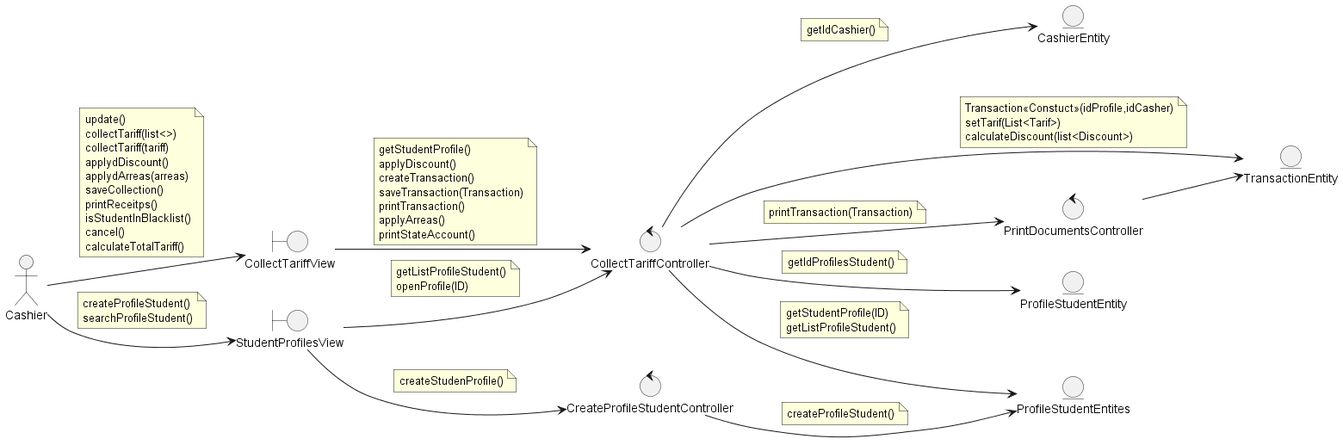
The PlantUML diagram out/DesignView/AnalysisView/UseCaseAnalysis/CU03.CollectTariffs/Collaboration.CU03.Analysis.png in wsmcbl/wsmcbl.doc, before a commit. The source it was exported from:
```plantuml
@startuml
left to right direction

actor Cashier

boundary CollectTariffView
boundary StudentProfilesView

control CollectTariffController
control CreateProfileStudentController
control PrintDocumentsController

entity ProfileStudentEntity
entity ProfileStudentEntites
entity TransactionEntity
entity CashierEntity


Cashier --> CollectTariffView
note on link
    update()
    collectTariff(list<>)
    collectTariff(tariff)
    applydDiscount()
    applydArreas(arreas)
    saveCollection()
    printReceitps()
    isStudentInBlacklist()
    cancel()
    calculateTotalTariff()
end note
Cashier --> StudentProfilesView
note on link
    createProfileStudent()
    searchProfileStudent()
end note

CollectTariffView --> CollectTariffController
note on link
    getStudentProfile()
    applyDiscount()
    createTransaction()
    saveTransaction(Transaction)
    printTransaction()
    applyArreas()
    printStateAccount()
end note
StudentProfilesView --> CollectTariffController
note on link
    getListProfileStudent()
    openProfile(ID)
end note
StudentProfilesView --> CreateProfileStudentController
note on link
    createStudenProfile()
end note

CollectTariffController --> ProfileStudentEntites
note on link
    getStudentProfile(ID)
    getListProfileStudent()
end note
CollectTariffController --> ProfileStudentEntity
note on link
    getIdProfilesStudent()
end note
CollectTariffController --> TransactionEntity
note on link
    Transaction<<Constuct>>(idProfile,idCasher)
    setTarif(List<Tarif>)
    calculateDiscount(list<Discount>)
end note
CollectTariffController --> CashierEntity
note on link
    getIdCashier()
end note
CollectTariffController --> PrintDocumentsController
note on link
    printTransaction(Transaction)
end note
CreateProfileStudentController --> ProfileStudentEntites
note on link
    createProfileStudent()
end note

PrintDocumentsController --> TransactionEntity
@enduml
```
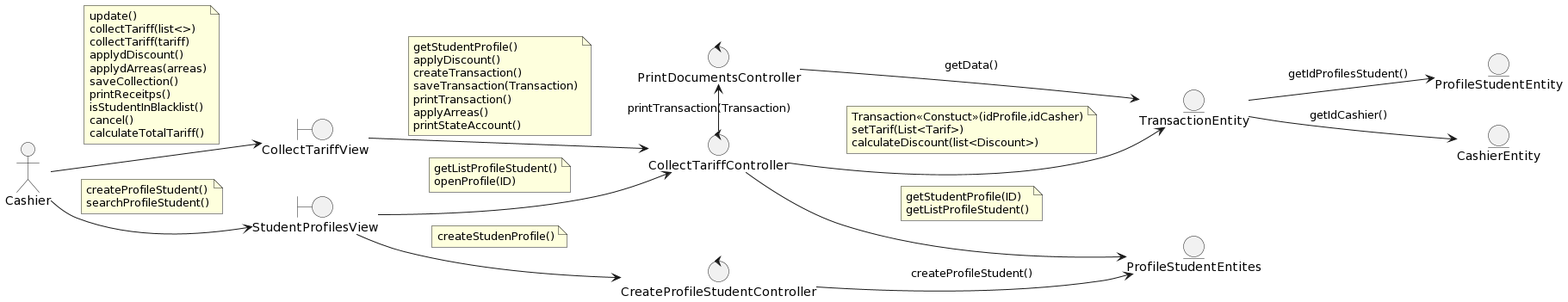
After the change.

Commit message:
Feat: update usecase analysis files

The edit, as a diff of the source:
```diff
@@ -14,6 +14,8 @@
 entity ProfileStudentEntites
 entity TransactionEntity
 entity CashierEntity
+
+
 
 
 Cashier --> CollectTariffView
@@ -55,33 +57,25 @@
     createStudenProfile()
 end note
 
+
 CollectTariffController --> ProfileStudentEntites
 note on link
     getStudentProfile(ID)
     getListProfileStudent()
 end note
-CollectTariffController --> ProfileStudentEntity
-note on link
-    getIdProfilesStudent()
-end note
+
 CollectTariffController --> TransactionEntity
 note on link
     Transaction<<Constuct>>(idProfile,idCasher)
     setTarif(List<Tarif>)
     calculateDiscount(list<Discount>)
 end note
-CollectTariffController --> CashierEntity
-note on link
-    getIdCashier()
-end note
-CollectTariffController --> PrintDocumentsController
-note on link
-    printTransaction(Transaction)
-end note
-CreateProfileStudentController --> ProfileStudentEntites
-note on link
-    createProfileStudent()
-end note
 
-PrintDocumentsController --> TransactionEntity
+CollectTariffController -left-> PrintDocumentsController : printTransaction(Transaction)
+CreateProfileStudentController --> ProfileStudentEntites : createProfileStudent()
+PrintDocumentsController --> TransactionEntity : getData()
+
+
+TransactionEntity --> ProfileStudentEntity : getIdProfilesStudent()
+TransactionEntity --> CashierEntity : getIdCashier()
 @enduml
```
